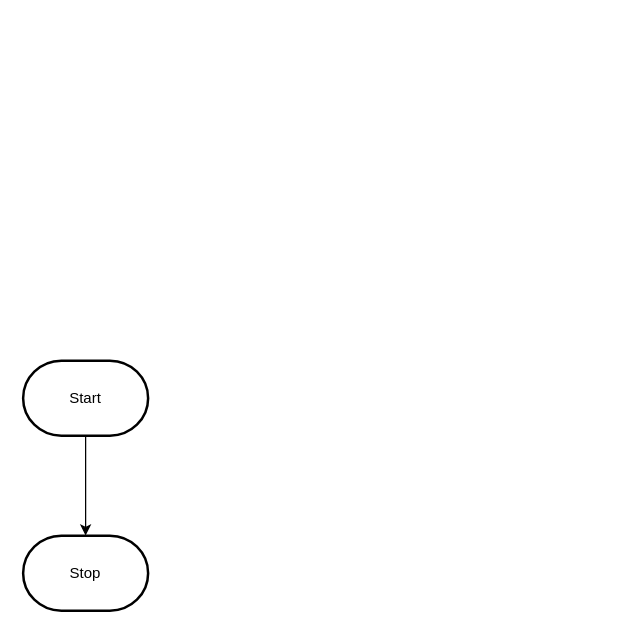
MTHS-ICD2O-1-2023/ICD2O-Unit-5-06-nathan-desilva keeps this draw.io diagram as design/flowchart.drawio. Above is the earlier version. Source tidied: cells renumbered, new cells numbered last; positions are measured from the earlier drawing's top-left corner, leaving out a move shared by most shapes. Both pictures are drawn from the tidied source at 125%, with x=0, y=0 at pixel (22, 360).
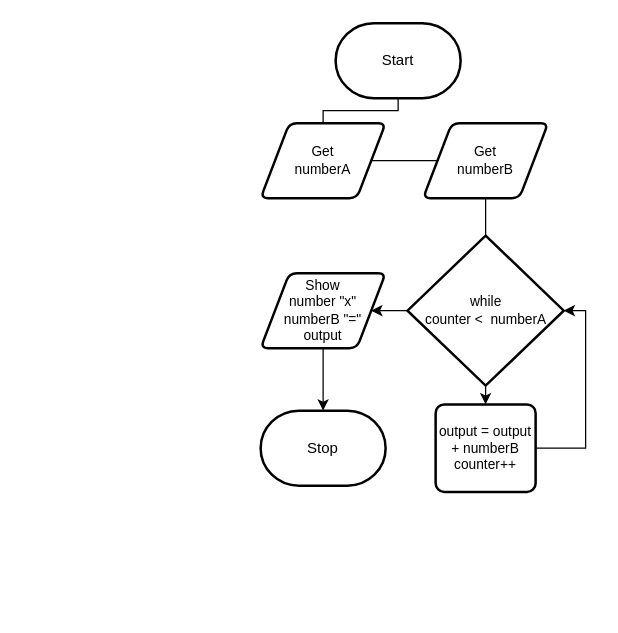
After the change.

Diff of the diagram source:
```diff
@@
 <mxGraphModel>
   <root>
     <mxCell id="0" />
     <mxCell id="1" parent="0" />
-    <mxCell id="2" style="edgeStyle=orthogonalEdgeStyle;html=1;rounded=0;" parent="1" edge="1" source="3" target="4">
-      <mxGeometry relative="1" as="geometry" />
-    </mxCell>
     <mxCell id="3" value="Start" style="strokeWidth=2;html=1;shape=mxgraph.flowchart.terminator;whiteSpace=wrap;" parent="1" vertex="1">
-      <mxGeometry width="100" height="60" as="geometry" />
+      <mxGeometry x="250" y="-270" width="100" height="60" as="geometry" />
     </mxCell>
     <mxCell id="4" value="Stop" style="strokeWidth=2;html=1;shape=mxgraph.flowchart.terminator;whiteSpace=wrap;" parent="1" vertex="1">
-      <mxGeometry y="140" width="100" height="60" as="geometry" />
+      <mxGeometry x="190" y="40" width="100" height="60" as="geometry" />
     </mxCell>
+    <mxCell id="5" style="edgeStyle=orthogonalEdgeStyle;html=1;rounded=0;endArrow=none;" parent="1" edge="1" source="3" target="6">
+      <mxGeometry relative="1" as="geometry" />
+    </mxCell>
+    <mxCell id="6" value="Get&lt;br&gt;numberA" style="shape=parallelogram;html=1;strokeWidth=2;perimeter=parallelogramPerimeter;whiteSpace=wrap;rounded=1;arcSize=12;size=0.23;fontFamily=Helvetica;fontSize=11;fontColor=default;" parent="1" vertex="1">
+      <mxGeometry x="190" y="-190" width="100" height="60" as="geometry" />
+    </mxCell>
+    <mxCell id="7" style="edgeStyle=orthogonalEdgeStyle;html=1;rounded=0;startArrow=none;endArrow=none;" parent="1" edge="1" source="6" target="8">
+      <mxGeometry relative="1" as="geometry" />
+    </mxCell>
+    <mxCell id="8" value="Get&lt;br&gt;numberB" style="shape=parallelogram;html=1;strokeWidth=2;perimeter=parallelogramPerimeter;whiteSpace=wrap;rounded=1;arcSize=12;size=0.23;fontFamily=Helvetica;fontSize=11;fontColor=default;" parent="1" vertex="1">
+      <mxGeometry x="320" y="-190" width="100" height="60" as="geometry" />
+    </mxCell>
+    <mxCell id="9" style="edgeStyle=orthogonalEdgeStyle;html=1;rounded=0;startArrow=none;endArrow=none;entryX=0.5;entryY=0;entryDx=0;entryDy=0;entryPerimeter=0;" parent="1" edge="1" source="8" target="12">
+      <mxGeometry relative="1" as="geometry" />
+    </mxCell>
+    <mxCell id="10" style="edgeStyle=orthogonalEdgeStyle;shape=connector;rounded=0;html=1;labelBackgroundColor=default;strokeColor=default;fontFamily=Helvetica;fontSize=11;fontColor=default;endArrow=classic;" parent="1" edge="1" source="12" target="14">
+      <mxGeometry relative="1" as="geometry" />
+    </mxCell>
+    <mxCell id="11" style="edgeStyle=orthogonalEdgeStyle;shape=connector;rounded=0;html=1;entryX=1;entryY=0.5;entryDx=0;entryDy=0;labelBackgroundColor=default;strokeColor=default;fontFamily=Helvetica;fontSize=11;fontColor=default;endArrow=classic;" parent="1" edge="1" source="12" target="16">
+      <mxGeometry relative="1" as="geometry" />
+    </mxCell>
+    <mxCell id="12" value="while&lt;br&gt;counter &amp;lt;&amp;nbsp; numberA&lt;br&gt;" style="strokeWidth=2;html=1;shape=mxgraph.flowchart.decision;whiteSpace=wrap;fontFamily=Helvetica;fontSize=11;fontColor=default;" parent="1" vertex="1">
+      <mxGeometry x="307.5" y="-100" width="125" height="120" as="geometry" />
+    </mxCell>
+    <mxCell id="13" style="edgeStyle=orthogonalEdgeStyle;shape=connector;rounded=0;html=1;entryX=1;entryY=0.5;entryDx=0;entryDy=0;entryPerimeter=0;labelBackgroundColor=default;strokeColor=default;fontFamily=Helvetica;fontSize=11;fontColor=default;endArrow=classic;exitX=1;exitY=0.5;exitDx=0;exitDy=0;" parent="1" edge="1" source="14" target="12">
+      <mxGeometry relative="1" as="geometry">
+        <Array as="points">
+          <mxPoint x="450" y="70" />
+          <mxPoint x="450" y="-40" />
+        </Array>
+      </mxGeometry>
+    </mxCell>
+    <mxCell id="14" value="output = output + numberB&lt;br&gt;counter++" style="rounded=1;whiteSpace=wrap;html=1;absoluteArcSize=1;arcSize=14;strokeWidth=2;fontFamily=Helvetica;fontSize=11;fontColor=default;" parent="1" vertex="1">
+      <mxGeometry x="330" y="35" width="80" height="70" as="geometry" />
+    </mxCell>
+    <mxCell id="15" style="edgeStyle=orthogonalEdgeStyle;shape=connector;rounded=0;html=1;labelBackgroundColor=default;strokeColor=default;fontFamily=Helvetica;fontSize=11;fontColor=default;endArrow=classic;" parent="1" edge="1" source="16" target="4">
+      <mxGeometry relative="1" as="geometry" />
+    </mxCell>
+    <mxCell id="16" value="Show&lt;br&gt;number &quot;x&quot; numberB &quot;=&quot;&lt;br&gt;output" style="shape=parallelogram;html=1;strokeWidth=2;perimeter=parallelogramPerimeter;whiteSpace=wrap;rounded=1;arcSize=12;size=0.23;fontFamily=Helvetica;fontSize=11;fontColor=default;" parent="1" vertex="1">
+      <mxGeometry x="190" y="-70" width="100" height="60" as="geometry" />
+    </mxCell>
   </root>
 </mxGraphModel>
```
